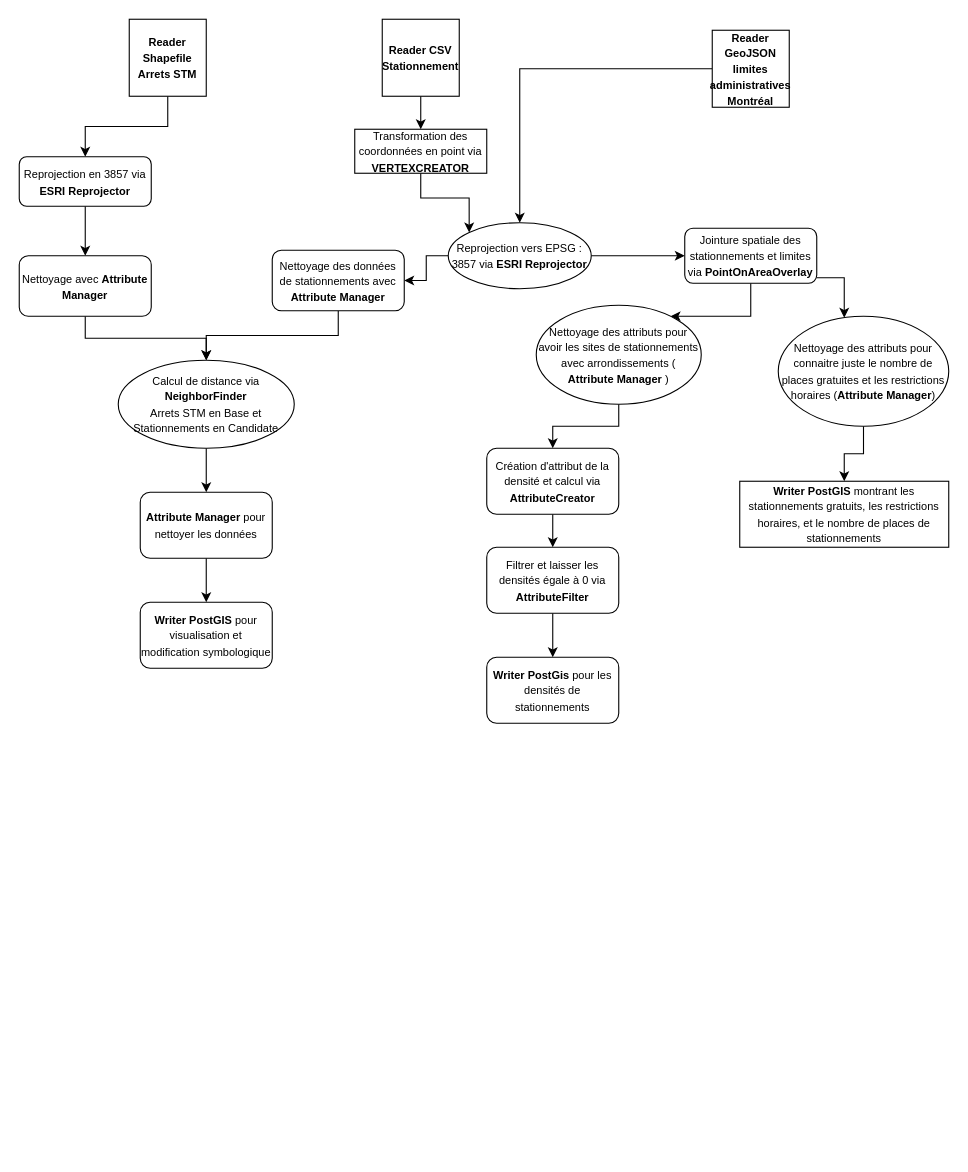
Above: TP2/Schéma/Untitled Diagram.drawio in Lorry139/geo7630h25 (draw.io), before the change. Source tidied: cells renumbered, new cells numbered last; positions are measured from the earlier drawing's top-left corner, leaving out a move shared by most shapes. Both pictures are drawn from the tidied source at 110%, with x=0, y=0 at pixel (19, 19).
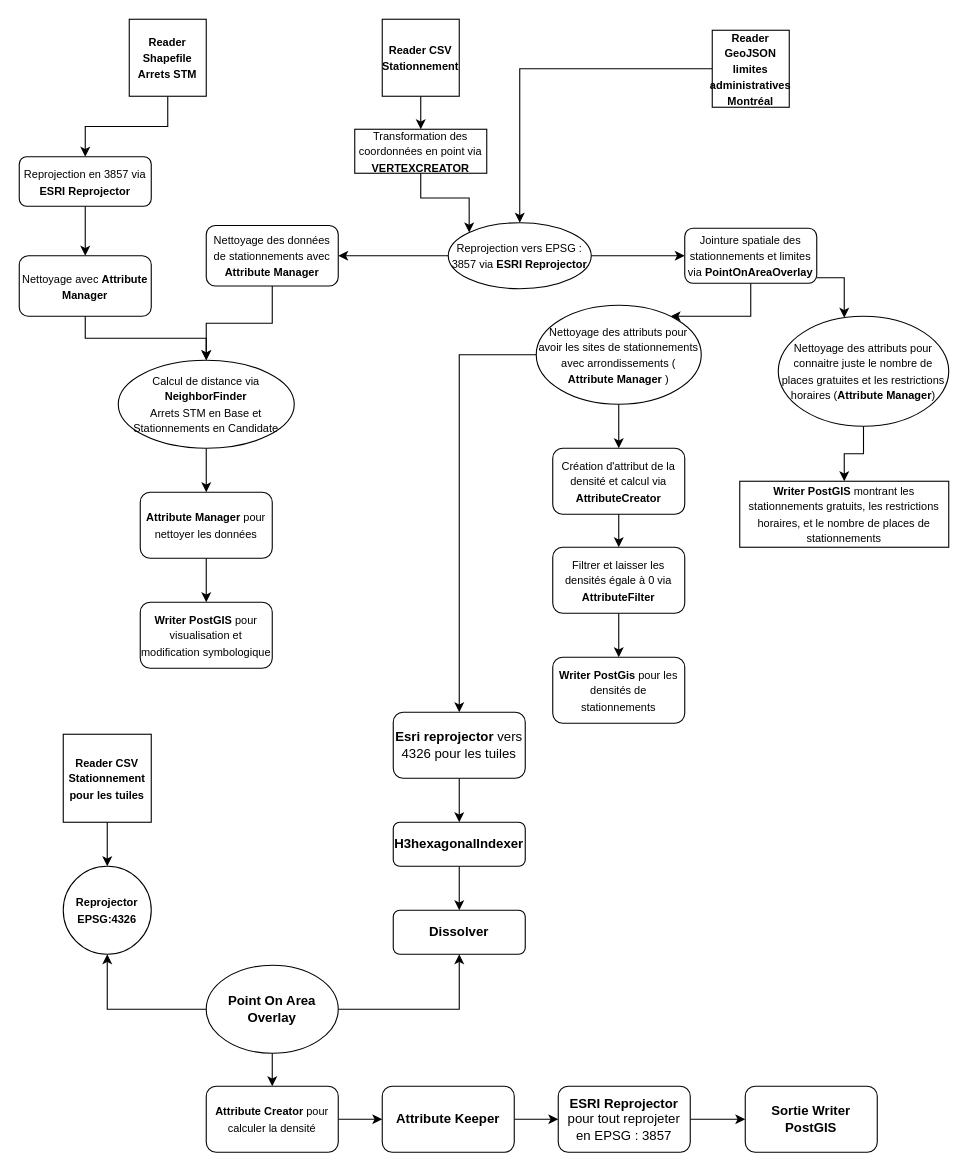
The same diagram, later.

The change refers to these unchanged cells:
```xml
<mxCell id="18" value="&lt;font style=&quot;font-size: 10px;&quot;&gt;Nettoyage des attributs pour avoir les sites de stationnements avec arrondissements ( &lt;b&gt;Attribute Manager&lt;/b&gt; )&lt;/font&gt;" style="ellipse;whiteSpace=wrap;html=1;rotation=0;" parent="1" vertex="1">
  <mxGeometry x="470" y="260" width="150" height="90" as="geometry" />
</mxCell>
```

Diff of the diagram source:
```diff
@@
+    <mxCell id="38" style="edgeStyle=orthogonalEdgeStyle;rounded=0;jettySize=auto;html=1;" parent="1" edge="1" source="18" target="40">
+      <mxGeometry relative="1" as="geometry" />
+    </mxCell>
@@
     <mxCell id="27" value="&lt;font style=&quot;font-size: 10px;&quot;&gt;Nettoyage des données de stationnements avec &lt;b&gt;Attribute Manager&lt;/b&gt;&lt;/font&gt;" style="rounded=1;whiteSpace=wrap;html=1;" parent="1" vertex="1">
-      <mxGeometry x="230" y="210" width="120" height="55" as="geometry" />
+      <mxGeometry x="170" y="187.5" width="120" height="55" as="geometry" />
     </mxCell>
@@
     <mxCell id="34" value="&lt;font style=&quot;font-size: 10px;&quot;&gt;Création d'attribut de la densité et calcul via &lt;b&gt;AttributeCreator&lt;/b&gt;&lt;/font&gt;" style="rounded=1;whiteSpace=wrap;html=1;" parent="1" vertex="1">
-      <mxGeometry x="425" y="390" width="120" height="60" as="geometry" />
+      <mxGeometry x="485" y="390" width="120" height="60" as="geometry" />
     </mxCell>
@@
     <mxCell id="36" value="&lt;font style=&quot;font-size: 10px;&quot;&gt;Filtrer et laisser les densités égale à 0 via &lt;b&gt;AttributeFilter&lt;/b&gt;&lt;/font&gt;" style="whiteSpace=wrap;html=1;rounded=1;" parent="1" vertex="1">
-      <mxGeometry x="425" y="480" width="120" height="60" as="geometry" />
+      <mxGeometry x="485" y="480" width="120" height="60" as="geometry" />
     </mxCell>
     <mxCell id="37" value="&lt;font style=&quot;font-size: 10px;&quot;&gt;&lt;b&gt;Writer PostGis&lt;/b&gt; pour les densités de stationnements&lt;/font&gt;" style="whiteSpace=wrap;html=1;rounded=1;" parent="1" vertex="1">
-      <mxGeometry x="425" y="580" width="120" height="60" as="geometry" />
+      <mxGeometry x="485" y="580" width="120" height="60" as="geometry" />
     </mxCell>
+    <mxCell id="39" style="edgeStyle=orthogonalEdgeStyle;rounded=0;jettySize=auto;html=1;" parent="1" edge="1" source="40" target="42">
+      <mxGeometry relative="1" as="geometry" />
+    </mxCell>
+    <mxCell id="40" value="&lt;font&gt;&lt;b&gt;Esri reprojector&lt;/b&gt; vers 4326 pour les tuiles&lt;/font&gt;" style="rounded=1;whiteSpace=wrap;html=1;" parent="1" vertex="1">
+      <mxGeometry x="340" y="630" width="120" height="60" as="geometry" />
+    </mxCell>
+    <mxCell id="41" style="edgeStyle=orthogonalEdgeStyle;rounded=0;jettySize=auto;html=1;" parent="1" edge="1" source="42" target="43">
+      <mxGeometry relative="1" as="geometry" />
+    </mxCell>
+    <mxCell id="42" value="&lt;font&gt;&lt;b&gt;H3hexagonalIndexer&lt;/b&gt;&lt;/font&gt;" style="rounded=1;whiteSpace=wrap;html=1;" parent="1" vertex="1">
+      <mxGeometry x="340" y="730" width="120" height="40" as="geometry" />
+    </mxCell>
+    <mxCell id="43" value="&lt;b&gt;&lt;font&gt;Dissolver&lt;/font&gt;&lt;/b&gt;" style="whiteSpace=wrap;html=1;rounded=1;" parent="1" vertex="1">
+      <mxGeometry x="340" y="810" width="120" height="40" as="geometry" />
+    </mxCell>
+    <mxCell id="44" style="edgeStyle=orthogonalEdgeStyle;rounded=0;jettySize=auto;html=1;" parent="1" edge="1" source="45" target="46">
+      <mxGeometry relative="1" as="geometry" />
+    </mxCell>
+    <mxCell id="45" value="&lt;b&gt;&lt;font style=&quot;font-size: 10px;&quot;&gt;Reader CSV Stationnement pour les tuiles&lt;/font&gt;&lt;/b&gt;" style="whiteSpace=wrap;html=1;" parent="1" vertex="1">
+      <mxGeometry x="40" y="650" width="80" height="80" as="geometry" />
+    </mxCell>
+    <mxCell id="46" value="&lt;font style=&quot;font-size: 10px;&quot;&gt;&lt;b&gt;Reprojector EPSG:4326&lt;/b&gt;&lt;/font&gt;" style="ellipse;whiteSpace=wrap;html=1;" parent="1" vertex="1">
+      <mxGeometry x="40" y="770" width="80" height="80" as="geometry" />
+    </mxCell>
+    <mxCell id="47" style="edgeStyle=orthogonalEdgeStyle;rounded=0;jettySize=auto;html=1;" parent="1" edge="1" source="50" target="46">
+      <mxGeometry relative="1" as="geometry" />
+    </mxCell>
+    <mxCell id="48" style="edgeStyle=orthogonalEdgeStyle;rounded=0;jettySize=auto;html=1;" parent="1" edge="1" source="50" target="43">
+      <mxGeometry relative="1" as="geometry" />
+    </mxCell>
+    <mxCell id="49" style="edgeStyle=orthogonalEdgeStyle;rounded=0;jettySize=auto;html=1;" parent="1" edge="1" source="50" target="52">
+      <mxGeometry relative="1" as="geometry" />
+    </mxCell>
+    <mxCell id="50" value="&lt;b&gt;Point On Area Overlay&lt;/b&gt;" style="ellipse;whiteSpace=wrap;html=1;" parent="1" vertex="1">
+      <mxGeometry x="170" y="860" width="120" height="80" as="geometry" />
+    </mxCell>
+    <mxCell id="51" style="edgeStyle=orthogonalEdgeStyle;rounded=0;jettySize=auto;html=1;" parent="1" edge="1" source="52" target="54">
+      <mxGeometry relative="1" as="geometry" />
+    </mxCell>
+    <mxCell id="52" value="&lt;font style=&quot;font-size: 10px;&quot;&gt;&lt;b&gt;Attribute Creator&lt;/b&gt; pour calculer la densité&lt;/font&gt;" style="rounded=1;whiteSpace=wrap;html=1;" parent="1" vertex="1">
+      <mxGeometry x="170" y="970" width="120" height="60" as="geometry" />
+    </mxCell>
+    <mxCell id="53" style="edgeStyle=orthogonalEdgeStyle;rounded=0;jettySize=auto;html=1;" parent="1" edge="1" source="54" target="56">
+      <mxGeometry relative="1" as="geometry" />
+    </mxCell>
+    <mxCell id="54" value="&lt;b&gt;Attribute Keeper&lt;/b&gt;" style="rounded=1;whiteSpace=wrap;html=1;" parent="1" vertex="1">
+      <mxGeometry x="330" y="970" width="120" height="60" as="geometry" />
+    </mxCell>
+    <mxCell id="55" style="edgeStyle=orthogonalEdgeStyle;rounded=0;jettySize=auto;html=1;" parent="1" edge="1" source="56" target="57">
+      <mxGeometry relative="1" as="geometry" />
+    </mxCell>
+    <mxCell id="56" value="&lt;b&gt;ESRI Reprojector &lt;/b&gt;pour tout reprojeter en EPSG : 3857" style="rounded=1;whiteSpace=wrap;html=1;" parent="1" vertex="1">
+      <mxGeometry x="490" y="970" width="120" height="60" as="geometry" />
+    </mxCell>
+    <mxCell id="57" value="&lt;b&gt;Sortie Writer PostGIS&lt;/b&gt;" style="rounded=1;whiteSpace=wrap;html=1;" parent="1" vertex="1">
+      <mxGeometry x="660" y="970" width="120" height="60" as="geometry" />
+    </mxCell>
```
